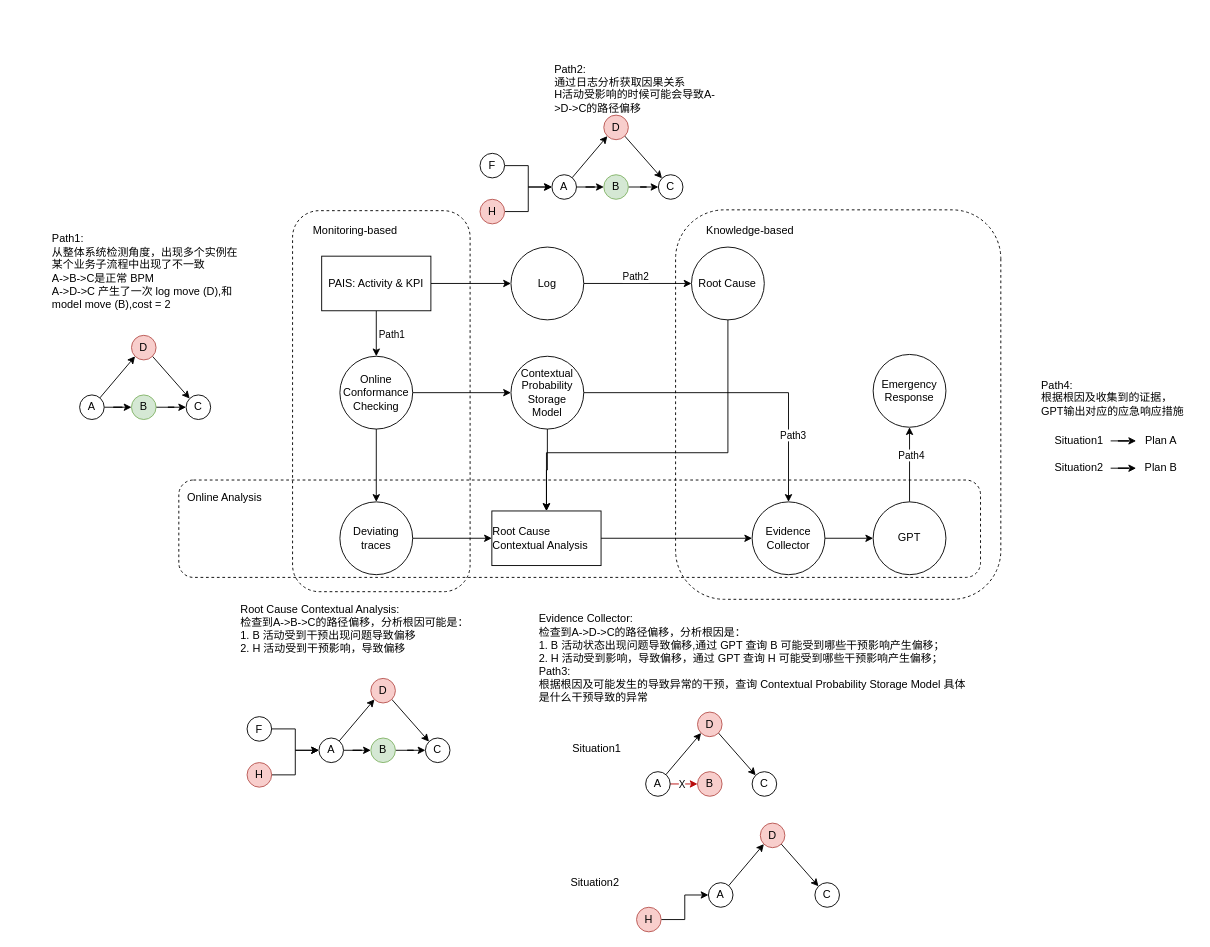
The draw.io diagram page "第 3 页" (3 of 3) of 问题剖析.drawio in LiLiJacky/graphData, before the edit. Source tidied: cells renumbered, new cells numbered last; positions are measured from the earlier drawing's top-left corner, leaving out a move shared by most shapes. Both pictures are drawn from the tidied source at 91%, with x=0, y=0 at pixel (46, 60).
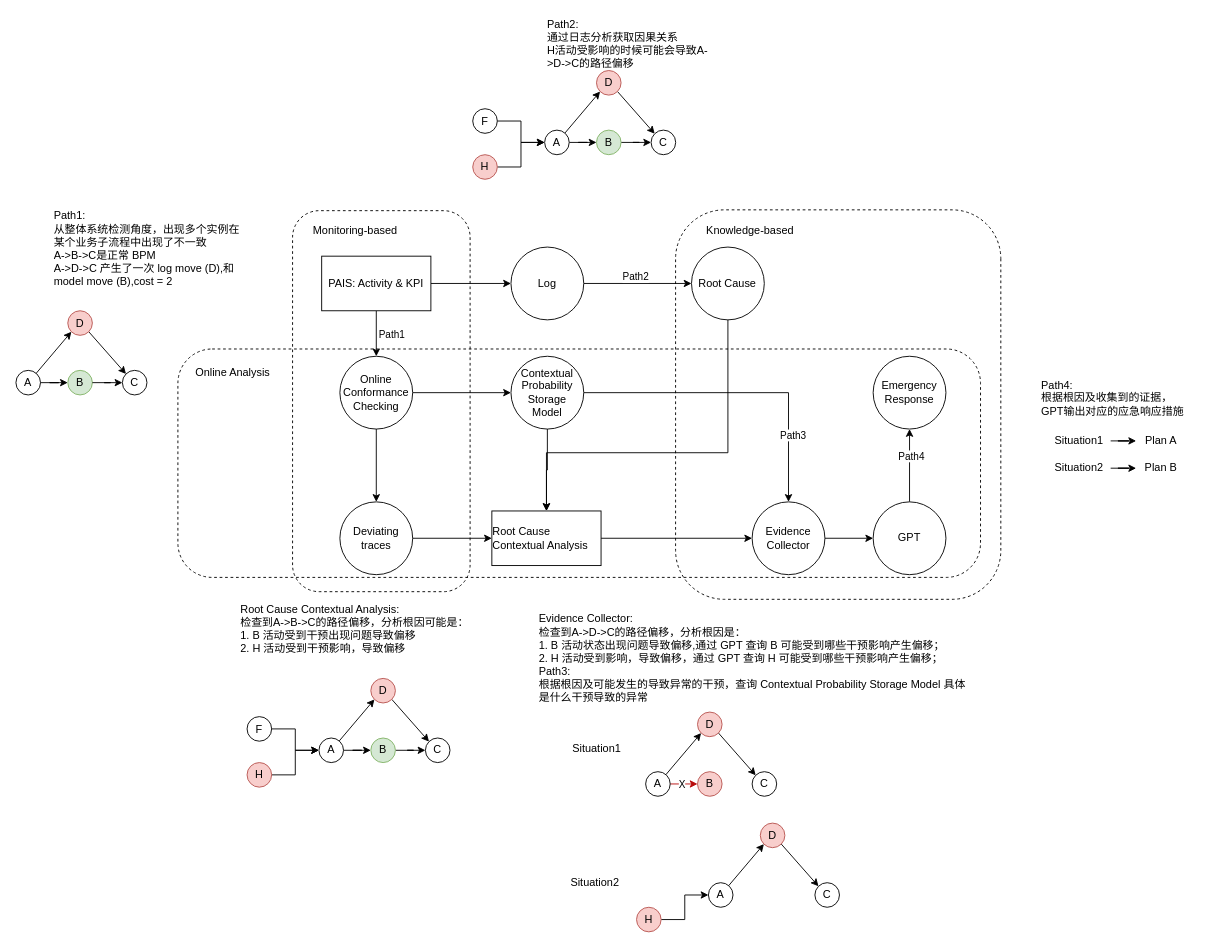
Above is the later version.

Commit message:
更新问题剖析.drawio

The edit, as a diff of the source:
```diff
@@
     <mxCell id="4" style="rounded=1;whiteSpace=wrap;html=1;dashed=1;fillColor=none;" parent="1" vertex="1">
-      <mxGeometry x="145" y="461" width="881" height="107" as="geometry" />
+      <mxGeometry x="144" y="317" width="882" height="251" as="geometry" />
     </mxCell>
@@
     <mxCell id="12" value="Online Analysis" style="text;html=1;strokeColor=none;fillColor=none;align=center;verticalAlign=middle;whiteSpace=wrap;rounded=0;" parent="1" vertex="1">
-      <mxGeometry x="153" y="465" width="85" height="30" as="geometry" />
+      <mxGeometry x="162" y="328" width="85" height="30" as="geometry" />
     </mxCell>
@@
     <mxCell id="19" value="Path1:&amp;nbsp;&lt;br&gt;从整体系统检测角度，出现多个实例在某个业务子流程中出现了不一致&lt;br&gt;A-&amp;gt;B-&amp;gt;C是正常 BPM&lt;br&gt;A-&amp;gt;D-&amp;gt;C 产生了一次 log move (D),和 model move (B),cost = 2" style="text;strokeColor=none;fillColor=none;align=left;verticalAlign=middle;spacingLeft=4;spacingRight=4;overflow=hidden;whiteSpace=wrap;html=1;" parent="1" vertex="1">
-      <mxGeometry y="162" width="224" height="140" as="geometry" />
+      <mxGeometry x="2" y="136.8" width="224" height="140" as="geometry" />
     </mxCell>
-    <mxCell id="20" style="edgeStyle=orthogonalEdgeStyle;rounded=0;jettySize=auto;html=1;" parent="1" edge="1" source="22" target="24">
-      <mxGeometry relative="1" as="geometry" />
-    </mxCell>
-    <mxCell id="21" style="rounded=0;jettySize=auto;html=1;entryX=0;entryY=1;entryDx=0;entryDy=0;" parent="1" edge="1" source="22" target="27">
-      <mxGeometry relative="1" as="geometry" />
-    </mxCell>
-    <mxCell id="22" value="A" style="ellipse;whiteSpace=wrap;html=1;" parent="1" vertex="1">
-      <mxGeometry x="36" y="367.5" width="27" height="27" as="geometry" />
-    </mxCell>
-    <mxCell id="23" style="edgeStyle=orthogonalEdgeStyle;rounded=0;jettySize=auto;html=1;" parent="1" edge="1" source="24" target="25">
-      <mxGeometry relative="1" as="geometry" />
-    </mxCell>
-    <mxCell id="24" value="B" style="ellipse;whiteSpace=wrap;html=1;fillColor=#d5e8d4;strokeColor=#82b366;" parent="1" vertex="1">
-      <mxGeometry x="93" y="367.5" width="27" height="27" as="geometry" />
-    </mxCell>
-    <mxCell id="25" value="C" style="ellipse;whiteSpace=wrap;html=1;" parent="1" vertex="1">
-      <mxGeometry x="153" y="367.5" width="27" height="27" as="geometry" />
-    </mxCell>
-    <mxCell id="26" style="rounded=0;jettySize=auto;html=1;entryX=0;entryY=0;entryDx=0;entryDy=0;exitX=1;exitY=1;exitDx=0;exitDy=0;" parent="1" edge="1" source="27" target="25">
-      <mxGeometry relative="1" as="geometry" />
-    </mxCell>
-    <mxCell id="27" value="D" style="ellipse;whiteSpace=wrap;html=1;fillColor=#f8cecc;strokeColor=#b85450;" parent="1" vertex="1">
-      <mxGeometry x="93" y="302" width="27" height="27" as="geometry" />
-    </mxCell>
     <mxCell id="28" value="Path2:&lt;br&gt;通过日志分析获取因果关系&lt;br&gt;H活动受影响的时候可能会导致A-&amp;gt;D-&amp;gt;C的路径偏移" style="text;strokeColor=none;fillColor=none;align=left;verticalAlign=middle;spacingLeft=4;spacingRight=4;overflow=hidden;whiteSpace=wrap;html=1;" parent="1" vertex="1">
-      <mxGeometry x="552" width="202" height="60" as="geometry" />
+      <mxGeometry x="544" y="-49" width="202" height="60" as="geometry" />
     </mxCell>
@@
     <mxCell id="40" value="Emergency Response" style="ellipse;whiteSpace=wrap;html=1;" parent="1" vertex="1">
-      <mxGeometry x="908" y="323" width="80" height="80" as="geometry" />
+      <mxGeometry x="908" y="325" width="80" height="80" as="geometry" />
     </mxCell>
@@
     <mxCell id="46" value="A" style="ellipse;whiteSpace=wrap;html=1;" parent="1" vertex="1">
-      <mxGeometry x="555" y="125.5" width="27" height="27" as="geometry" />
+      <mxGeometry x="547" y="76.5" width="27" height="27" as="geometry" />
     </mxCell>
@@
     <mxCell id="48" value="B" style="ellipse;whiteSpace=wrap;html=1;fillColor=#d5e8d4;strokeColor=#82b366;" parent="1" vertex="1">
-      <mxGeometry x="612" y="125.5" width="27" height="27" as="geometry" />
+      <mxGeometry x="604" y="76.5" width="27" height="27" as="geometry" />
     </mxCell>
     <mxCell id="49" value="C" style="ellipse;whiteSpace=wrap;html=1;" parent="1" vertex="1">
-      <mxGeometry x="672" y="125.5" width="27" height="27" as="geometry" />
+      <mxGeometry x="664" y="76.5" width="27" height="27" as="geometry" />
     </mxCell>
@@
     <mxCell id="51" value="D" style="ellipse;whiteSpace=wrap;html=1;fillColor=#f8cecc;strokeColor=#b85450;" parent="1" vertex="1">
-      <mxGeometry x="612" y="60" width="27" height="27" as="geometry" />
+      <mxGeometry x="604" y="11" width="27" height="27" as="geometry" />
     </mxCell>
@@
     <mxCell id="53" value="F" style="ellipse;whiteSpace=wrap;html=1;" parent="1" vertex="1">
-      <mxGeometry x="476" y="102" width="27" height="27" as="geometry" />
+      <mxGeometry x="468" y="53" width="27" height="27" as="geometry" />
     </mxCell>
@@
     <mxCell id="55" value="H" style="ellipse;whiteSpace=wrap;html=1;fillColor=#f8cecc;strokeColor=#b85450;" parent="1" vertex="1">
-      <mxGeometry x="476" y="152.5" width="27" height="27" as="geometry" />
+      <mxGeometry x="468" y="103.5" width="27" height="27" as="geometry" />
     </mxCell>
@@
+    <mxCell id="94" style="group;" parent="1" vertex="1">
+      <mxGeometry x="-34" y="275" width="144" height="92.5" as="geometry" />
+    </mxCell>
+    <mxCell id="22" value="A" style="ellipse;whiteSpace=wrap;html=1;" parent="94" vertex="1">
+      <mxGeometry y="65.5" width="27" height="27" as="geometry" />
+    </mxCell>
+    <mxCell id="24" value="B" style="ellipse;whiteSpace=wrap;html=1;fillColor=#d5e8d4;strokeColor=#82b366;" parent="94" vertex="1">
+      <mxGeometry x="57" y="65.5" width="27" height="27" as="geometry" />
+    </mxCell>
+    <mxCell id="20" style="edgeStyle=orthogonalEdgeStyle;rounded=0;jettySize=auto;html=1;" parent="94" edge="1" source="22" target="24">
+      <mxGeometry relative="1" as="geometry" />
+    </mxCell>
+    <mxCell id="25" value="C" style="ellipse;whiteSpace=wrap;html=1;" parent="94" vertex="1">
+      <mxGeometry x="117" y="65.5" width="27" height="27" as="geometry" />
+    </mxCell>
+    <mxCell id="23" style="edgeStyle=orthogonalEdgeStyle;rounded=0;jettySize=auto;html=1;" parent="94" edge="1" source="24" target="25">
+      <mxGeometry relative="1" as="geometry" />
+    </mxCell>
+    <mxCell id="26" style="rounded=0;jettySize=auto;html=1;entryX=0;entryY=0;entryDx=0;entryDy=0;exitX=1;exitY=1;exitDx=0;exitDy=0;" parent="94" edge="1" source="27" target="25">
+      <mxGeometry relative="1" as="geometry" />
+    </mxCell>
+    <mxCell id="27" value="D" style="ellipse;whiteSpace=wrap;html=1;fillColor=#f8cecc;strokeColor=#b85450;" parent="94" vertex="1">
+      <mxGeometry x="57" width="27" height="27" as="geometry" />
+    </mxCell>
+    <mxCell id="21" style="rounded=0;jettySize=auto;html=1;entryX=0;entryY=1;entryDx=0;entryDy=0;" parent="94" edge="1" source="22" target="27">
+      <mxGeometry relative="1" as="geometry" />
+    </mxCell>
```
